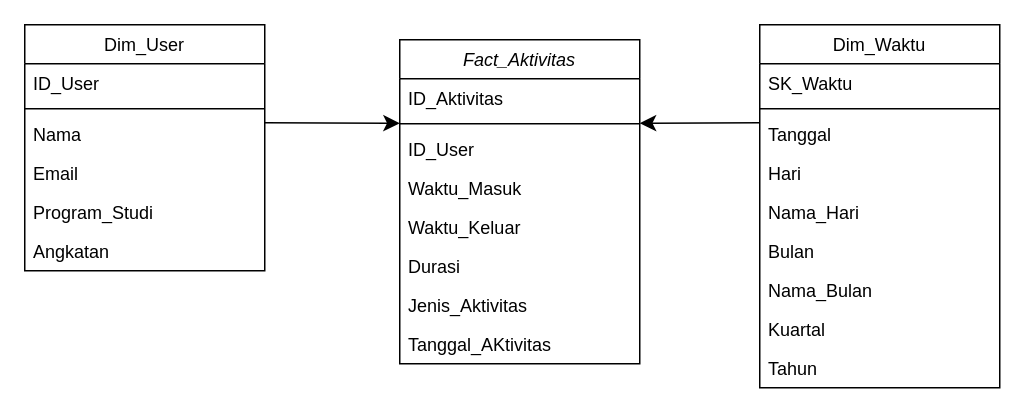
This is page "Fact_Kunjungan" (1 of 5) of Star Schema UAS.drawio from arknsa/arknsa, a draw.io file, before an edit. Source tidied: cells renumbered, new cells numbered last; positions are measured from the earlier drawing's top-left corner, leaving out a move shared by most shapes. Both pictures are drawn from the tidied source at 150%, with x=0, y=0 at pixel (24, 24).
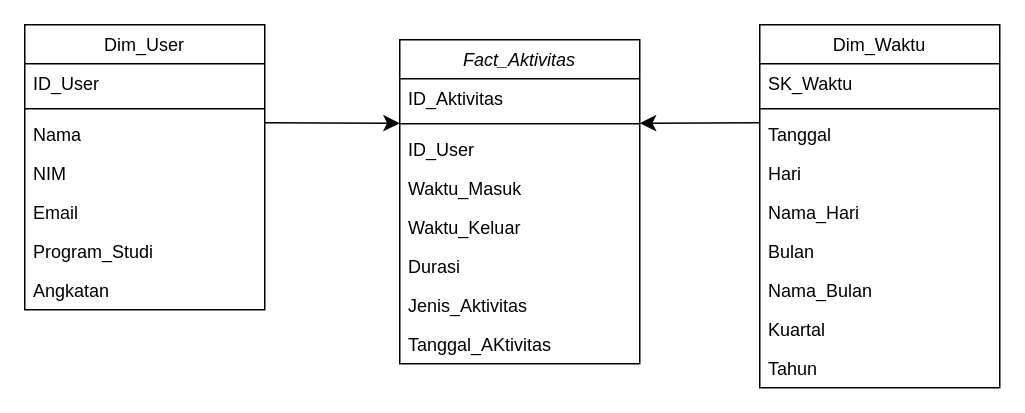
The same page after the edit.

What changed in the source:
```diff
@@
     <mxCell id="11" value="Dim_User" style="swimlane;fontStyle=0;align=center;verticalAlign=top;horizontal=1;startSize=26;rounded=0;shadow=0;strokeWidth=1;" parent="1" vertex="1">
-      <mxGeometry width="160" height="164" as="geometry" />
+      <mxGeometry width="160" height="190" as="geometry" />
     </mxCell>
@@
-    <mxCell id="15" value="Email" style="text;align=left;verticalAlign=top;spacingLeft=4;spacingRight=4;overflow=hidden;" parent="11" vertex="1">
+    <mxCell id="15" value="NIM" style="text;align=left;verticalAlign=top;spacingLeft=4;spacingRight=4;overflow=hidden;" parent="11" vertex="1">
       <mxGeometry y="86" width="160" height="26" as="geometry" />
     </mxCell>
-    <mxCell id="16" value="Program_Studi" style="text;align=left;verticalAlign=top;spacingLeft=4;spacingRight=4;overflow=hidden;" parent="11" vertex="1">
+    <mxCell id="16" value="Email" style="text;align=left;verticalAlign=top;spacingLeft=4;spacingRight=4;overflow=hidden;" parent="11" vertex="1">
       <mxGeometry y="112" width="160" height="26" as="geometry" />
     </mxCell>
-    <mxCell id="17" value="Angkatan" style="text;align=left;verticalAlign=top;spacingLeft=4;spacingRight=4;overflow=hidden;" parent="11" vertex="1">
+    <mxCell id="17" value="Program_Studi" style="text;align=left;verticalAlign=top;spacingLeft=4;spacingRight=4;overflow=hidden;" parent="11" vertex="1">
       <mxGeometry y="138" width="160" height="26" as="geometry" />
     </mxCell>
+    <mxCell id="30" value="Angkatan" style="text;align=left;verticalAlign=top;spacingLeft=4;spacingRight=4;overflow=hidden;fontStyle=0;" parent="11" vertex="1">
+      <mxGeometry y="164" width="160" height="26" as="geometry" />
+    </mxCell>
```
